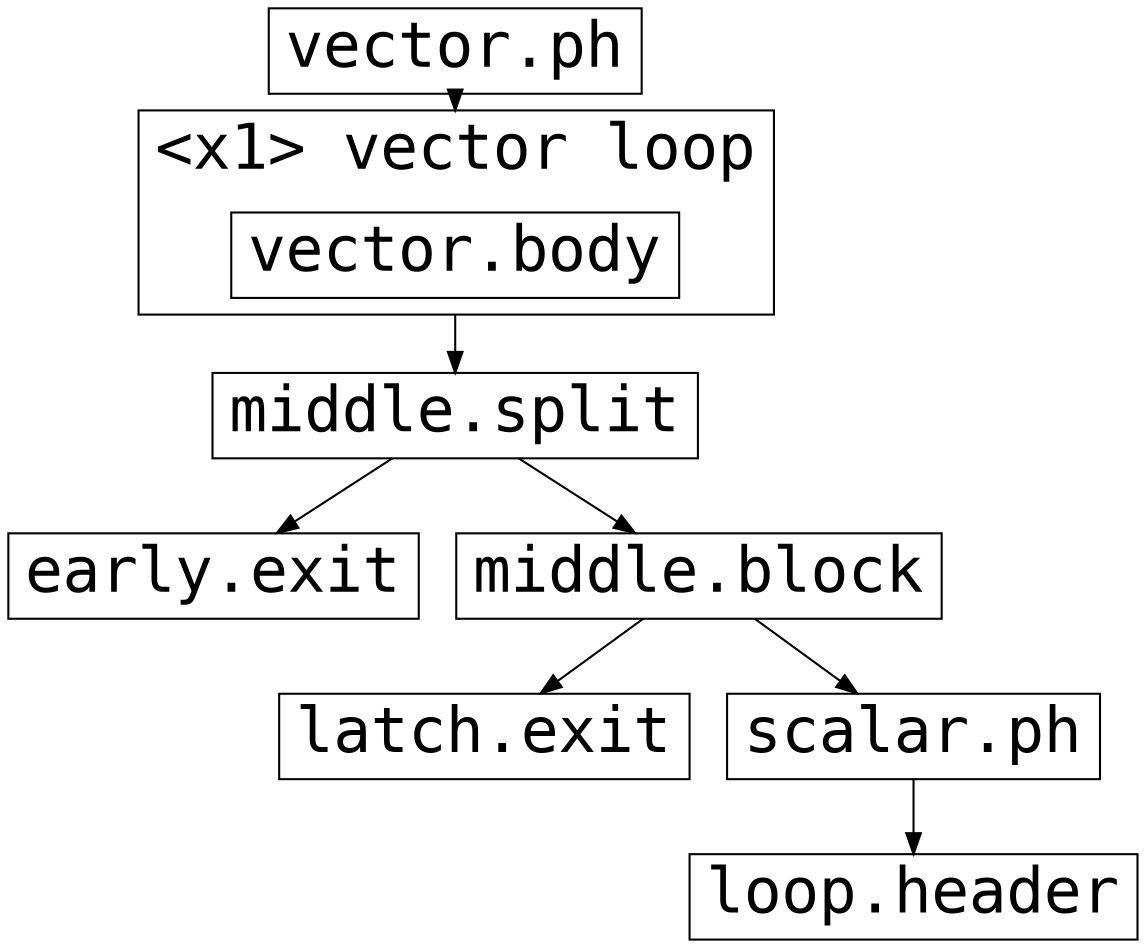
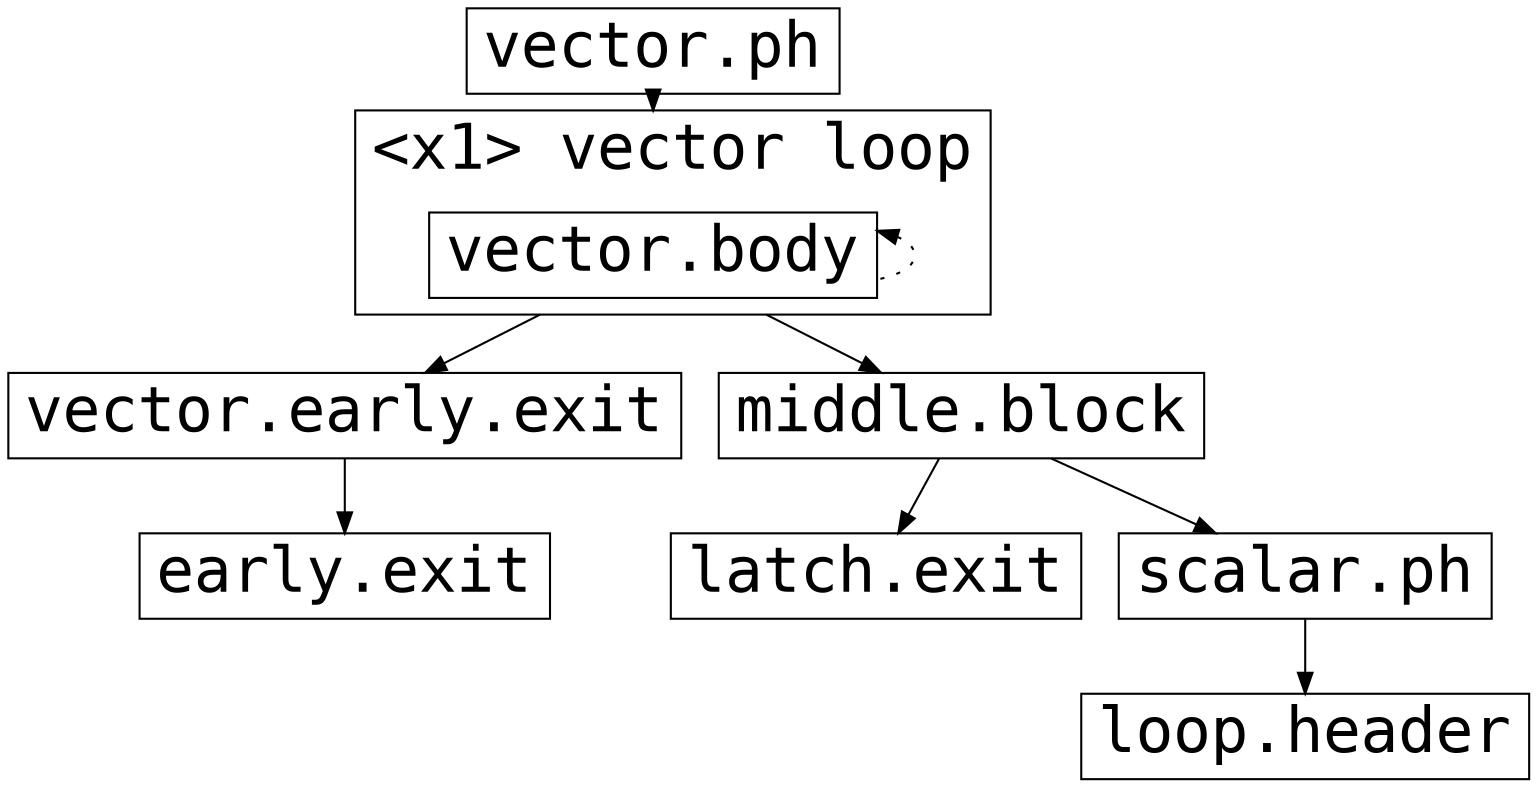
digraph VPlan {
graph [labelloc=t, fontsize=30; label=""]
node [shape=rect, fontname=Courier, fontsize=30]
edge [fontname=Courier, fontsize=30]
compound=true
  N1 [label =
    "vector.ph"
  ]
  N1 -> N2 [ label="" lhead=cluster_N3]
  subgraph cluster_N3 {
    fontname=Courier
    label="\<x1\> vector loop"
    N2 [label =
      "vector.body"
    ]
  }
-   N2 -> N4 [ label="" ltail=cluster_N3]
-   N4 [label =
-     "middle.split"
+   N2 -> N5 [ label="" ltail=cluster_N3]
+   N2 -> N7 [ label="" ltail=cluster_N3]
+   N2 -> N2 [style=dotted, dir=back, constraint=false, splines=true, weight=10]
+   N5 [label =
+     "vector.early.exit"
  ]
-   N4 -> N5 [ label=""]
-   N4 -> N6 [ label=""]
-   N5 [label =
+   N5 -> N6 [ label=""]
+   N6 [label =
    "early.exit"
  ]
-   N6 [label =
+   N7 [label =
    "middle.block"
  ]
-   N6 -> N9 [ label=""]
-   N6 -> N7 [ label=""]
-   N7 [label =
+   N7 -> N10 [ label=""]
+   N7 -> N8 [ label=""]
+   N8 [label =
    "scalar.ph"
  ]
-   N7 -> N8 [ label=""]
-   N8 [label =
+   N8 -> N9 [ label=""]
+   N9 [label =
    "loop.header"
  ]
-   N9 [label =
+   N10 [label =
    "latch.exit"
  ]
}
